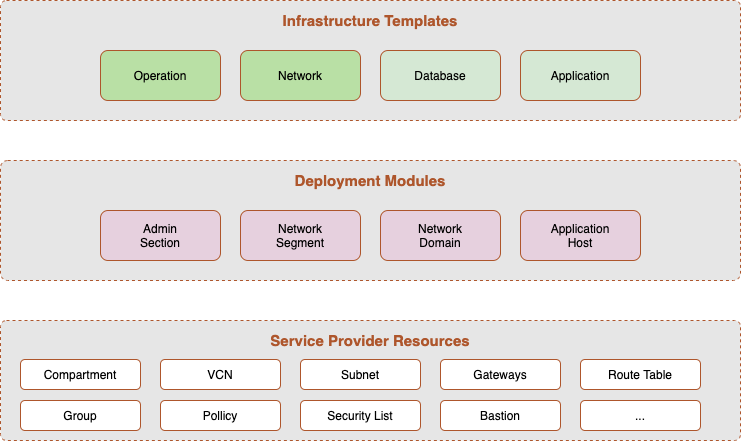
Before: doc/image/code_structure.png, a diagram exported from draw.io (oracle-devrel/terraform-oci-ocloud-foundation). Source tidied: cells renumbered, new cells last; positions are measured from the earlier drawing's top-left corner, leaving out a move shared by most shapes.
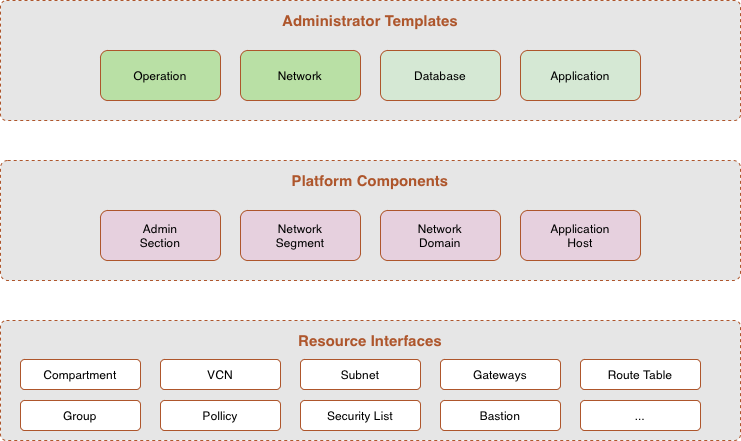
Later version of the same file.

Diff of the diagram source:
```diff
@@ -2,13 +2,13 @@
   <root>
     <mxCell id="0" />
     <mxCell id="1" parent="0" />
-    <mxCell id="2" value="Infrastructure Templates" style="rounded=1;whiteSpace=wrap;html=1;arcSize=5;verticalAlign=top;spacingTop=5;fontStyle=1;fontSize=15;fillColor=#E6E6E6;strokeColor=#AE562C;fontColor=#AE562C;dashed=1;" parent="1" vertex="1">
+    <mxCell id="2" value="Administrator Templates" style="rounded=1;whiteSpace=wrap;html=1;arcSize=5;verticalAlign=top;spacingTop=5;fontStyle=1;fontSize=15;fillColor=#E6E6E6;strokeColor=#AE562C;fontColor=#AE562C;dashed=1;" parent="1" vertex="1">
       <mxGeometry width="740" height="120" as="geometry" />
     </mxCell>
-    <mxCell id="3" value="Deployment Modules" style="rounded=1;whiteSpace=wrap;html=1;arcSize=6;verticalAlign=top;spacingTop=5;fontStyle=1;fontSize=15;fillColor=#E6E6E6;strokeColor=#AE562C;fontColor=#AE562C;dashed=1;" parent="1" vertex="1">
+    <mxCell id="3" value="Platform Components" style="rounded=1;whiteSpace=wrap;html=1;arcSize=6;verticalAlign=top;spacingTop=5;fontStyle=1;fontSize=15;fillColor=#E6E6E6;strokeColor=#AE562C;fontColor=#AE562C;dashed=1;" parent="1" vertex="1">
       <mxGeometry y="160" width="740" height="120" as="geometry" />
     </mxCell>
-    <mxCell id="4" value="Service Provider Resources" style="rounded=1;whiteSpace=wrap;html=1;arcSize=5;verticalAlign=top;spacingTop=5;fontStyle=1;fontSize=15;fillColor=#E6E6E6;strokeColor=#AE562C;fontColor=#AE562C;dashed=1;" parent="1" vertex="1">
+    <mxCell id="4" value="Resource Interfaces" style="rounded=1;whiteSpace=wrap;html=1;arcSize=5;verticalAlign=top;spacingTop=5;fontStyle=1;fontSize=15;fillColor=#E6E6E6;strokeColor=#AE562C;fontColor=#AE562C;dashed=1;" parent="1" vertex="1">
       <mxGeometry y="320" width="740" height="120" as="geometry" />
     </mxCell>
     <mxCell id="5" value="Operation" style="rounded=1;whiteSpace=wrap;html=1;strokeColor=#AE562C;fillColor=#B9E0A5;" parent="1" vertex="1">
```
